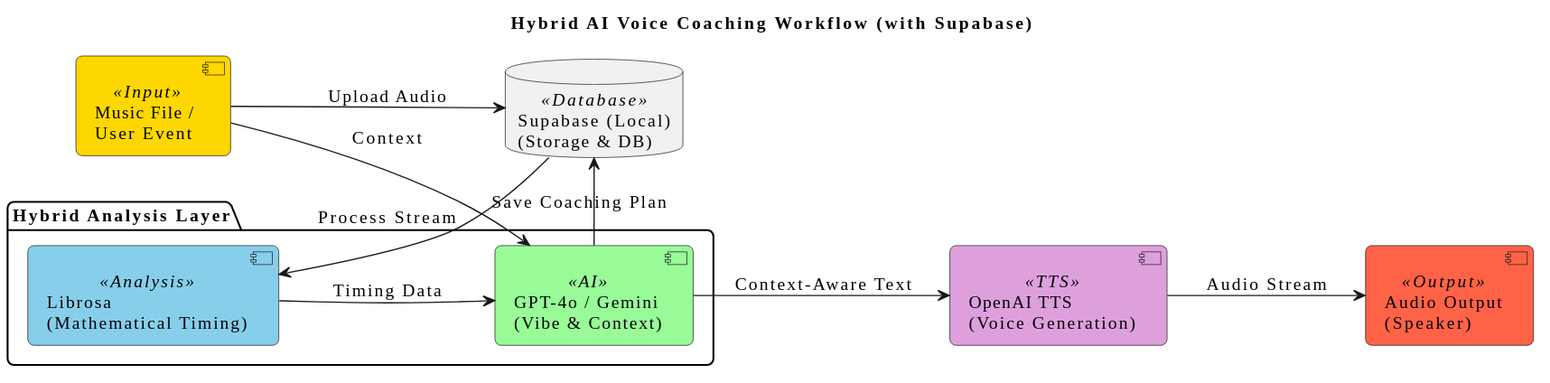
Before: workflows/workflow.svg, a diagram exported from PlantUML (myz21/metu-sports-hackhaton).
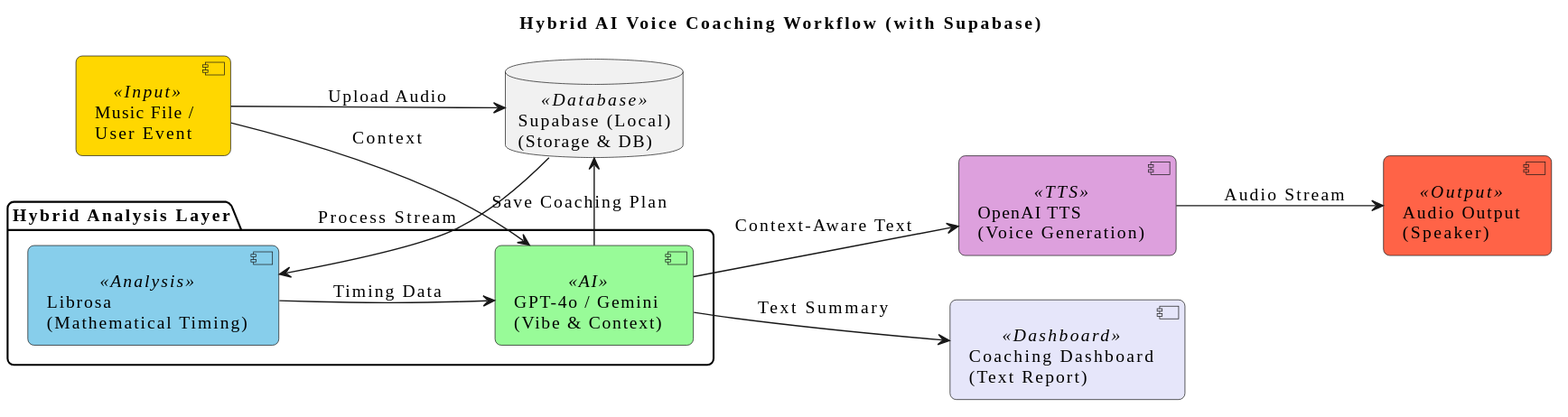
Above is the later version.

The edit, as a diff of the source:
```diff
@@ -12,6 +12,7 @@
     BackgroundColor<<AI>> #98FB98
     BackgroundColor<<TTS>> #DDA0DD
     BackgroundColor<<Output>> #FF6347
+    BackgroundColor<<Dashboard>> #E6E6FA
 }
 
 title Hybrid AI Voice Coaching Workflow (with Supabase)
@@ -28,6 +29,7 @@
 
 component "OpenAI TTS\n(Voice Generation)" <<TTS>> as TTS
 component "Audio Output\n(Speaker)" <<Output>> as Sound
+component "Coaching Dashboard\n(Text Report)" <<Dashboard>> as Report
 
 Trigger --> Supabase : Upload Audio
 Supabase --> Librosa : Process Stream
@@ -35,5 +37,6 @@
 Librosa --> LLM : Timing Data
 LLM --> Supabase : Save Coaching Plan
 LLM --> TTS : Context-Aware Text
+LLM --> Report : Text Summary
 TTS --> Sound : Audio Stream
 @enduml
```
